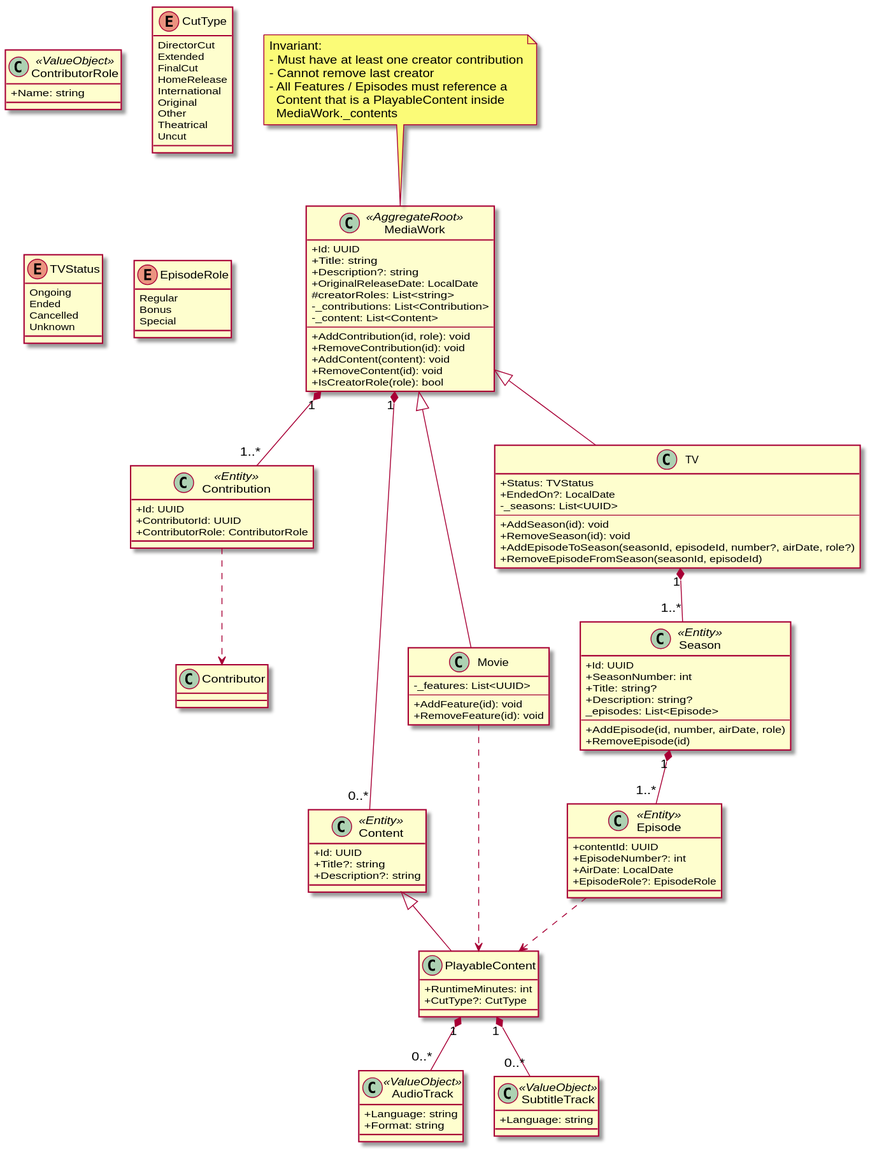
yantue/colleq keeps this PlantUML diagram as docs/diagrams/domain/media_work.domain.svg. Above is the earlier version.
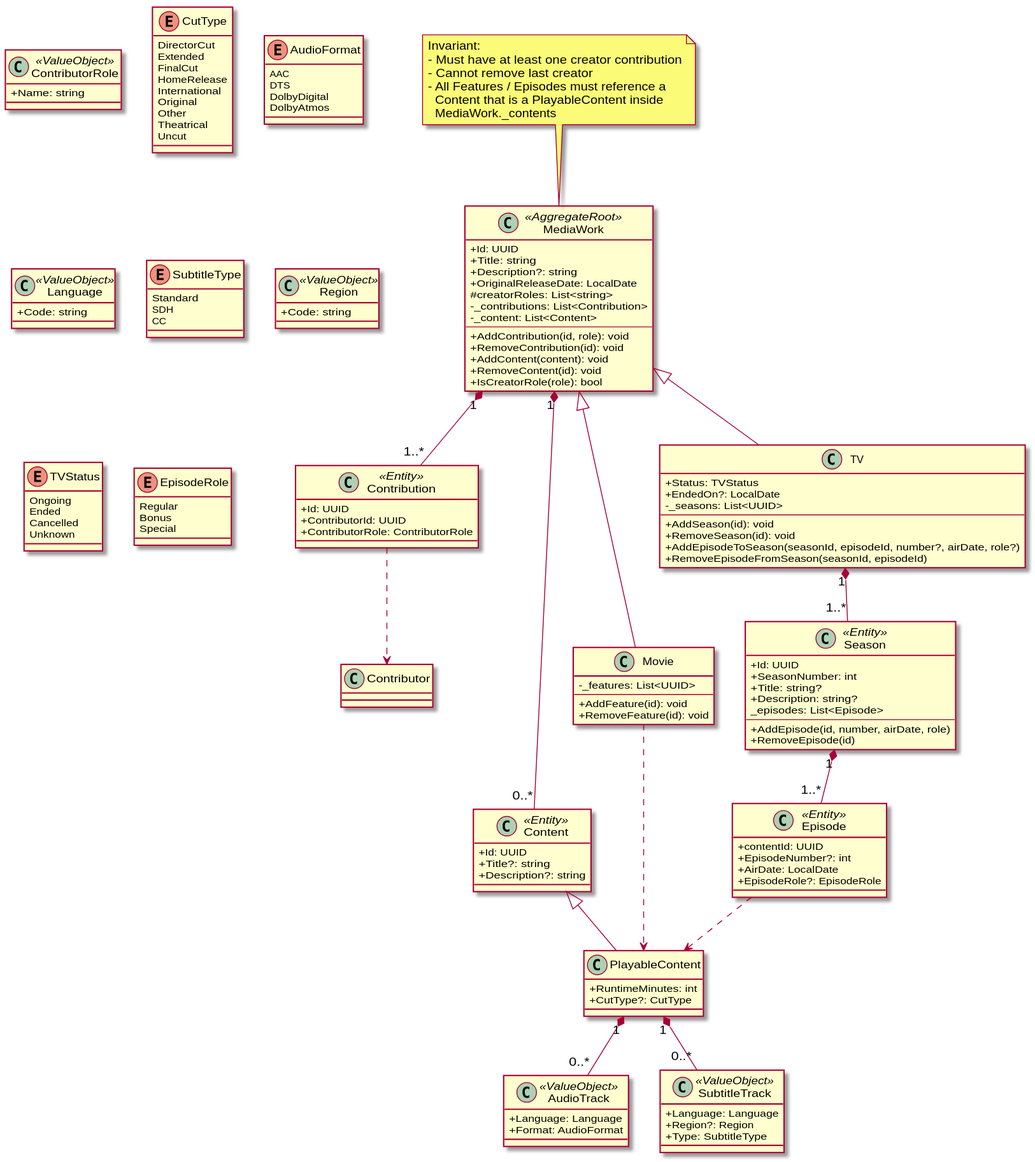
Later version of the same file.

What changed in the source:
```diff
@@ -66,14 +66,37 @@
 Content <|-- PlayableContent
 
 class AudioTrack <<ValueObject>> {
-    +Language: string
-    +Format: string
+    +Language: Language
+    +Format: AudioFormat
+}
+
+enum AudioFormat {
+    AAC
+    DTS
+    DolbyDigital
+    DolbyAtmos
+}
+
+class Language <<ValueObject>> {
+    +Code: string
 }
 
 PlayableContent "1" *-- "0..*" AudioTrack
 
 class SubtitleTrack <<ValueObject>> {
-    +Language: string
+    +Language: Language
+    +Region?: Region
+    +Type: SubtitleType
+}
+
+enum SubtitleType {
+    Standard
+    SDH
+    CC
+}
+
+class Region <<ValueObject>> {
+    +Code: string
 }
 
 PlayableContent "1" *-- "0..*" SubtitleTrack
```
